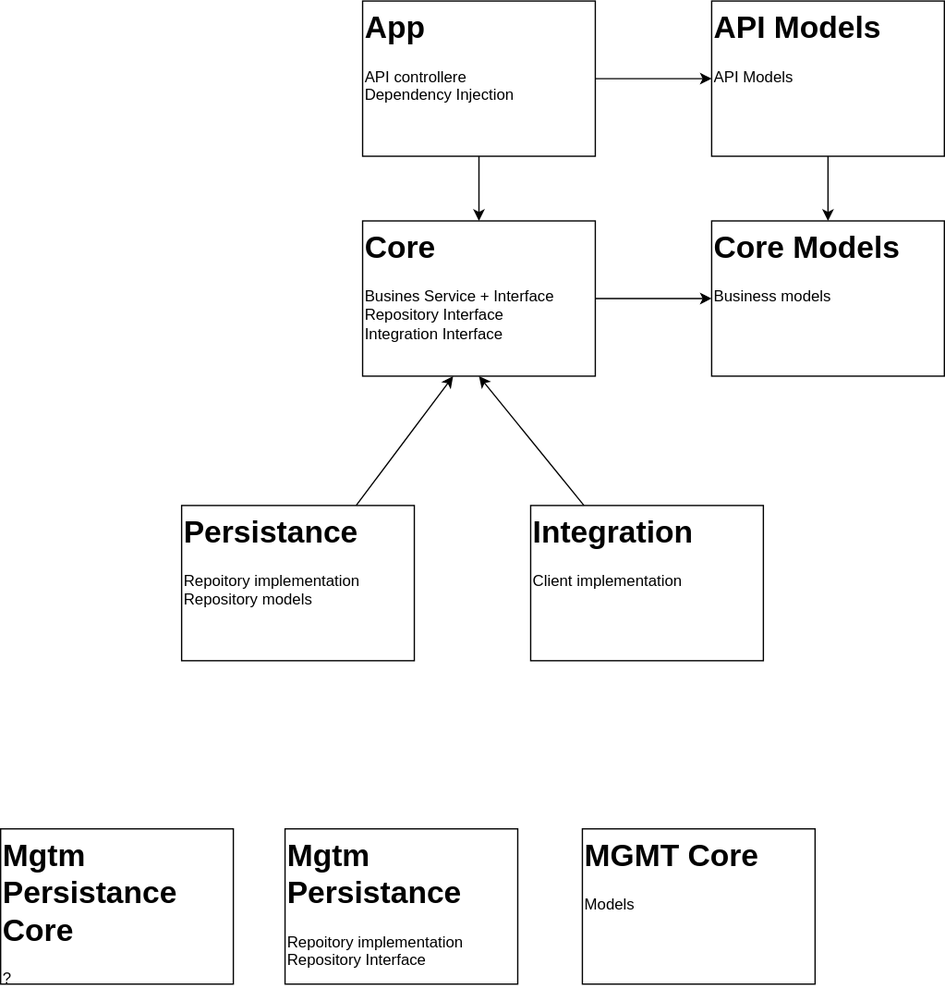
The draw.io diagram content/authentication/reference/architecture/projectstructure.drawio.svg in Altinn/altinn-studio-docs, before a commit. Source tidied: cells renumbered, new cells last; positions are measured from the earlier drawing's top-left corner, leaving out a move shared by most shapes.
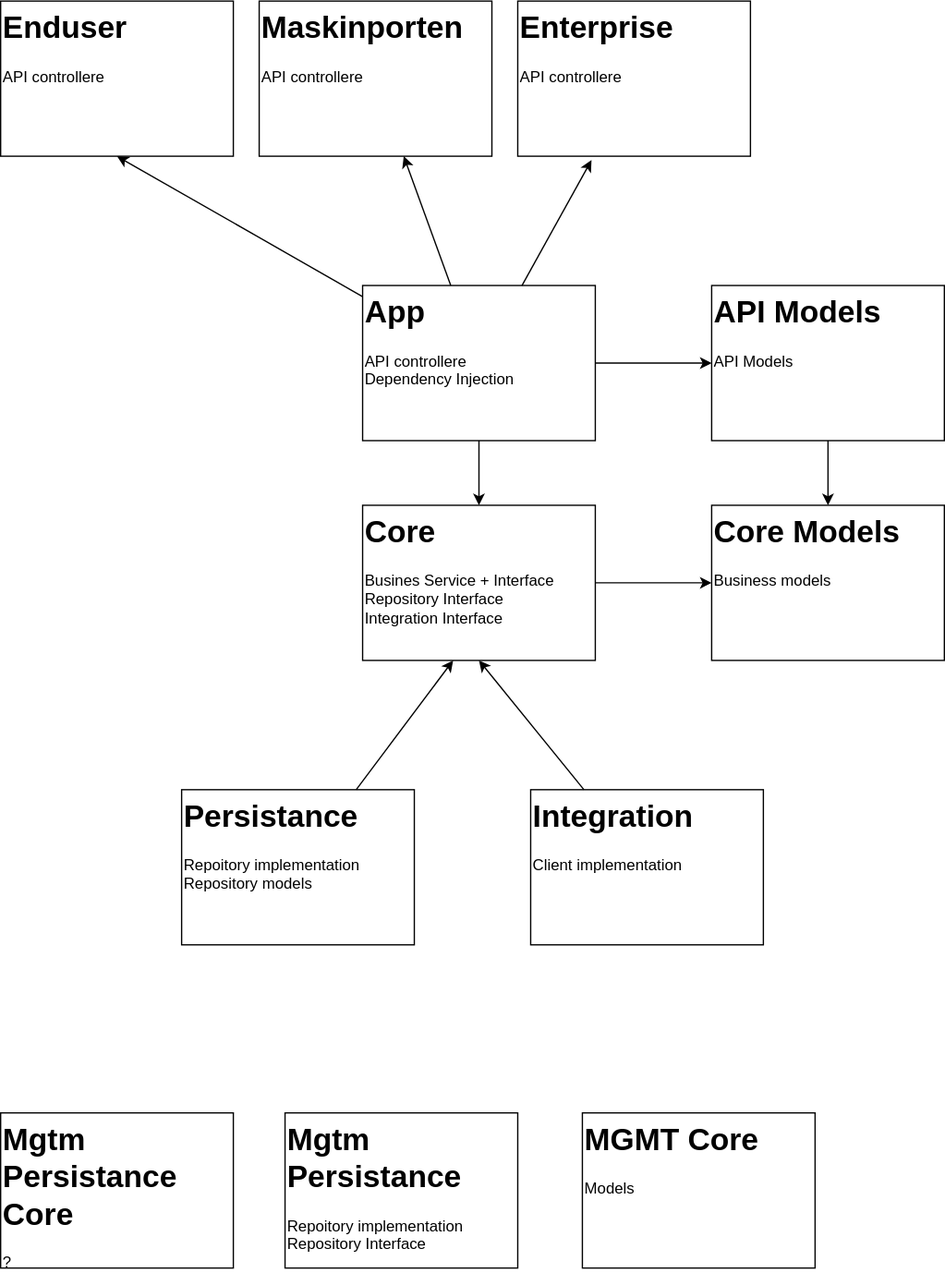
Later version of the same file.

Diff of the diagram source:
```diff
@@ -26,6 +26,12 @@
     <mxCell id="9" style="edgeStyle=none;html=1;entryX=0.5;entryY=0;entryDx=0;entryDy=0;" parent="1" edge="1" source="10" target="3">
       <mxGeometry relative="1" as="geometry" />
     </mxCell>
+    <mxCell id="17" style="edgeStyle=none;html=1;" parent="1" edge="1" source="10" target="20">
+      <mxGeometry relative="1" as="geometry" />
+    </mxCell>
+    <mxCell id="18" style="edgeStyle=none;html=1;entryX=0.5;entryY=1;entryDx=0;entryDy=0;" parent="1" edge="1" source="10" target="19">
+      <mxGeometry relative="1" as="geometry" />
+    </mxCell>
     <mxCell id="10" value="&lt;h1 style=&quot;margin-top: 0px;&quot;&gt;App&lt;/h1&gt;&lt;p&gt;API controllere&lt;br&gt;Dependency Injection&lt;/p&gt;" style="text;html=1;whiteSpace=wrap;overflow=hidden;rounded=0;strokeColor=default;" parent="1" vertex="1">
       <mxGeometry x="280" width="180" height="120" as="geometry" />
     </mxCell>
@@ -47,5 +53,17 @@
     <mxCell id="16" value="&lt;h1 style=&quot;margin-top: 0px;&quot;&gt;Mgtm Persistance Core&lt;/h1&gt;&lt;p&gt;?&lt;/p&gt;" style="text;html=1;whiteSpace=wrap;overflow=hidden;rounded=0;strokeColor=default;" parent="1" vertex="1">
       <mxGeometry y="640" width="180" height="120" as="geometry" />
     </mxCell>
+    <mxCell id="19" value="&lt;h1 style=&quot;margin-top: 0px;&quot;&gt;Enduser&lt;/h1&gt;&lt;p&gt;API controllere&lt;br&gt;&lt;br&gt;&lt;/p&gt;" style="text;html=1;whiteSpace=wrap;overflow=hidden;rounded=0;strokeColor=default;" parent="1" vertex="1">
+      <mxGeometry y="-220" width="180" height="120" as="geometry" />
+    </mxCell>
+    <mxCell id="20" value="&lt;h1 style=&quot;margin-top: 0px;&quot;&gt;Maskinporten&lt;/h1&gt;&lt;p&gt;API controllere&lt;br&gt;&lt;/p&gt;" style="text;html=1;whiteSpace=wrap;overflow=hidden;rounded=0;strokeColor=default;" parent="1" vertex="1">
+      <mxGeometry x="200" y="-220" width="180" height="120" as="geometry" />
+    </mxCell>
+    <mxCell id="21" value="&lt;h1 style=&quot;margin-top: 0px;&quot;&gt;Enterprise&lt;/h1&gt;&lt;p&gt;API controllere&lt;br&gt;&lt;br&gt;&lt;/p&gt;" style="text;html=1;whiteSpace=wrap;overflow=hidden;rounded=0;strokeColor=default;" parent="1" vertex="1">
+      <mxGeometry x="400" y="-220" width="180" height="120" as="geometry" />
+    </mxCell>
+    <mxCell id="22" style="edgeStyle=none;html=1;entryX=0.317;entryY=1.025;entryDx=0;entryDy=0;entryPerimeter=0;" parent="1" edge="1" source="10" target="21">
+      <mxGeometry relative="1" as="geometry" />
+    </mxCell>
   </root>
 </mxGraphModel>
```
